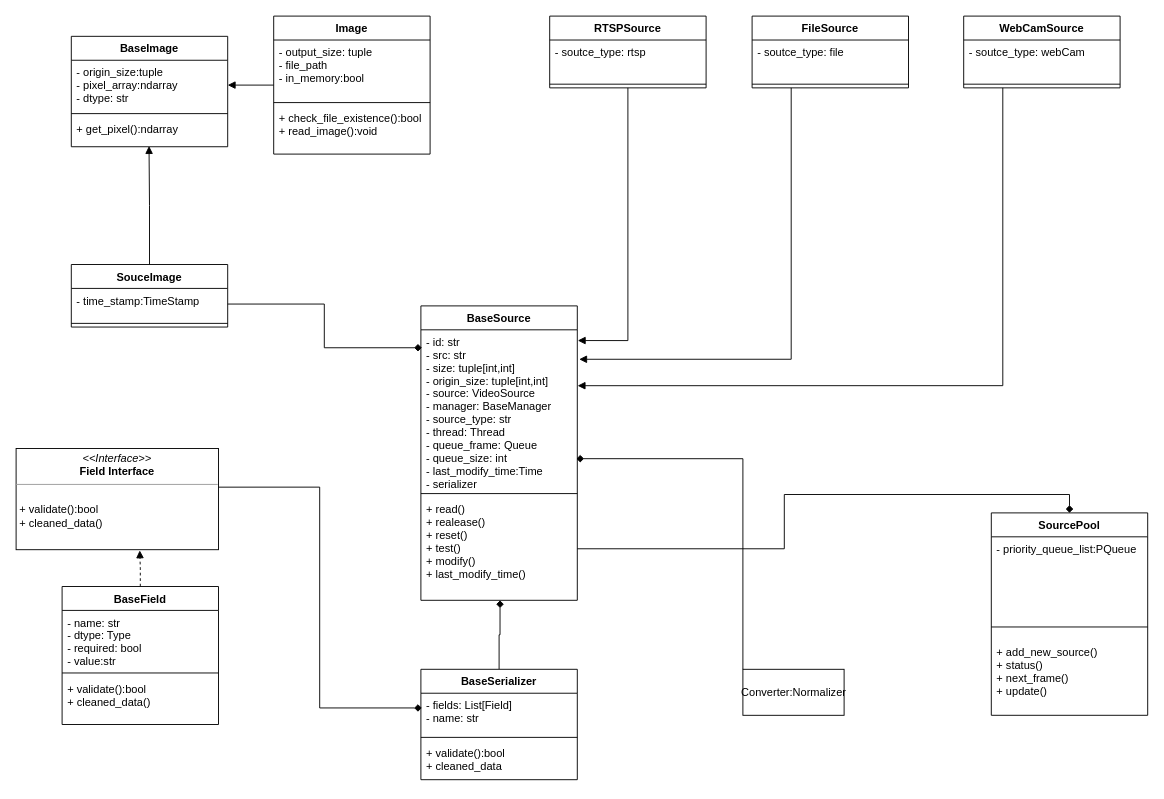
armin-azh/siamese keeps this draw.io diagram as page "Source Class Diagram" (2 of 2) of doc/diagram/face recognition.drawio. Above is the earlier version. Source tidied: cells renumbered, new cells numbered last; positions are measured from the earlier drawing's top-left corner, leaving out a move shared by most shapes. Both pictures are drawn from the tidied source at 92%, with x=0, y=0 at pixel (16, 16).
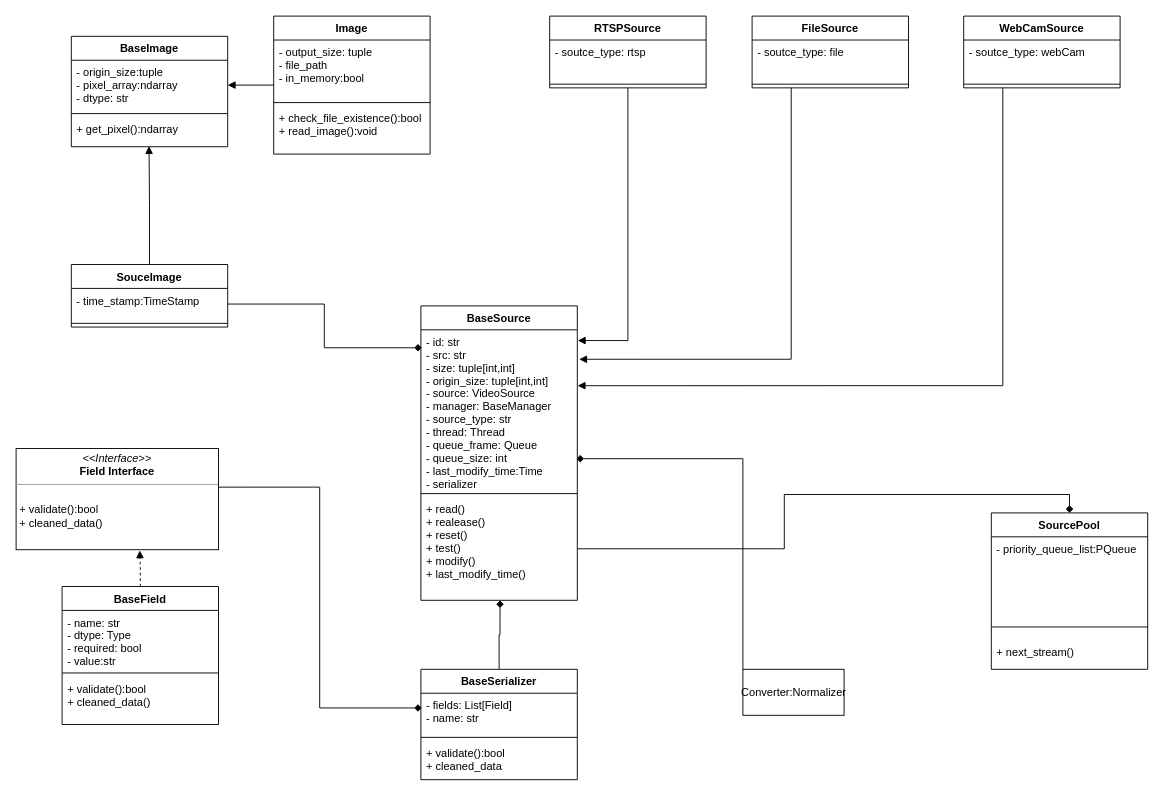
The same diagram, later.

Commit message (it also covers changes not shown here):
add source pool

The edit, as a diff of the source:
```diff
@@
     <mxCell id="6" value="SourcePool" style="swimlane;fontStyle=1;align=center;verticalAlign=top;horizontal=1;startSize=26;" parent="1" vertex="1">
-      <mxGeometry x="1060" y="540" width="170" height="220" as="geometry" />
+      <mxGeometry x="1060" y="540" width="170" height="170" as="geometry" />
     </mxCell>
@@
-    <mxCell id="9" value="+ add_new_source()&#10;+ status()&#10;+ next_frame()&#10;+ update()" style="text;strokeColor=none;fillColor=none;align=left;verticalAlign=top;spacingLeft=4;spacingRight=4;overflow=hidden;" parent="6" vertex="1">
-      <mxGeometry y="138" width="170" height="82" as="geometry" />
+    <mxCell id="9" value="+ next_stream()" style="text;strokeColor=none;fillColor=none;align=left;verticalAlign=top;spacingLeft=4;spacingRight=4;overflow=hidden;" parent="6" vertex="1">
+      <mxGeometry y="138" width="170" height="32" as="geometry" />
     </mxCell>
```
